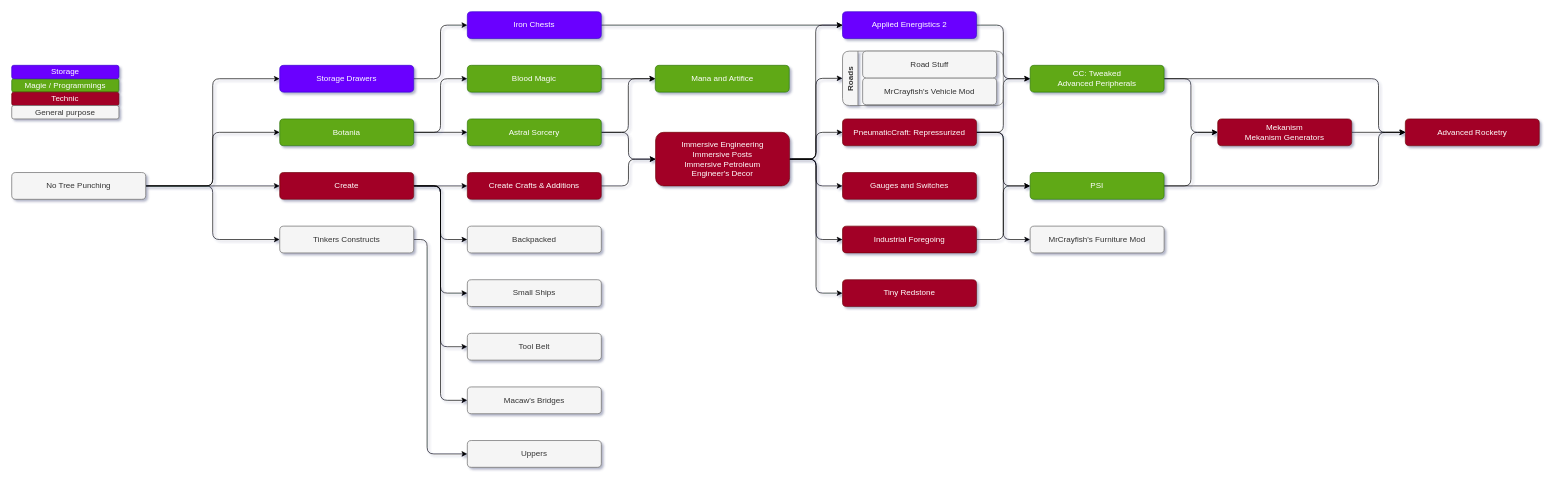
Earlier version of the draw.io diagram Progressionline.drawio (Argon42043/Fabricage). Source tidied: cells renumbered, new cells numbered last; positions are measured from the earlier drawing's top-left corner, leaving out a move shared by most shapes. Both pictures are drawn from the tidied source at 67%, with x=0, y=0 at pixel (11, 11).
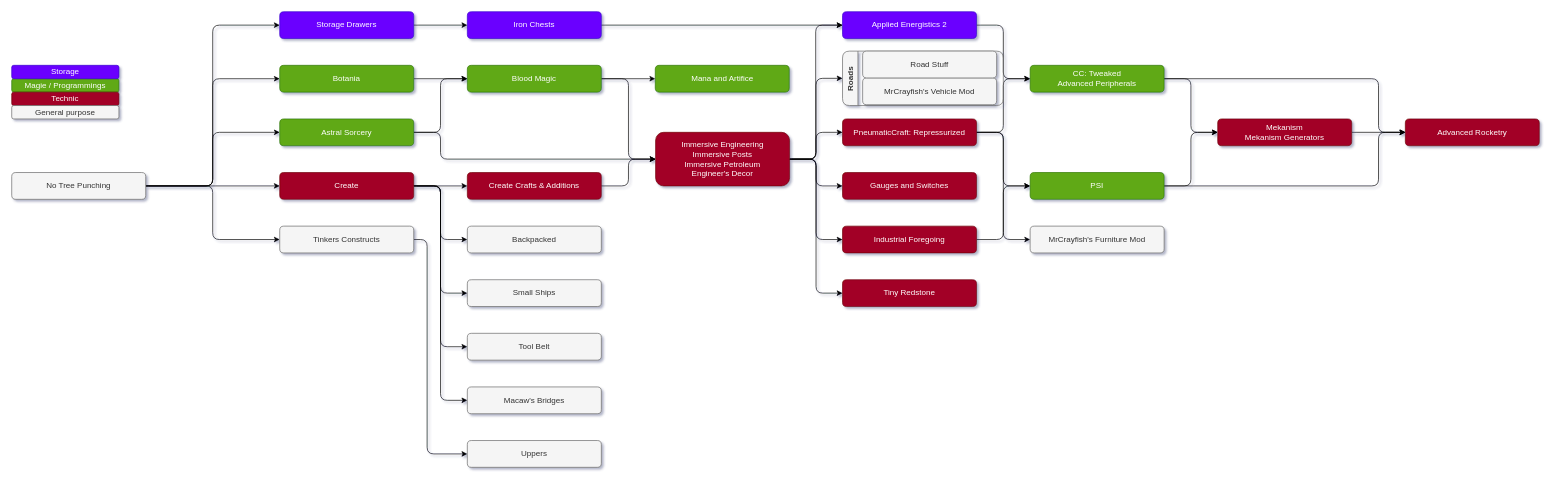
The same page after the edit.

The change refers to these unchanged cells:
```xml
<mxCell id="12" value="Blood Magic" style="whiteSpace=wrap;html=1;fontFamily=Helvetica;fillColor=#60a917;strokeColor=#2D7600;fontColor=#ffffff;rounded=1;" parent="1" vertex="1">
  <mxGeometry x="680" y="80" width="200" height="40" as="geometry" />
</mxCell>
<mxCell id="30" value="Immersive Engineering&lt;br&gt;Immersive Posts&lt;br&gt;Immersive Petroleum&lt;br&gt;Engineer's Decor" style="whiteSpace=wrap;html=1;fontFamily=Helvetica;fillColor=#a20025;strokeColor=#6F0000;fontColor=#ffffff;rounded=1;" parent="1" vertex="1">
  <mxGeometry x="961" y="180" width="200" height="80" as="geometry" />
</mxCell>
<mxCell id="36" value="Mana and Artifice" style="whiteSpace=wrap;html=1;fontFamily=Helvetica;fillColor=#60a917;strokeColor=#2D7600;fontColor=#ffffff;rounded=1;" parent="1" vertex="1">
  <mxGeometry x="960.5" y="80" width="200" height="40" as="geometry" />
</mxCell>
<mxCell id="44" value="No Tree Punching" style="whiteSpace=wrap;html=1;fontFamily=Helvetica;fillColor=#f5f5f5;strokeColor=#666666;fontColor=#333333;rounded=1;" parent="1" vertex="1">
  <mxGeometry y="240" width="200" height="40" as="geometry" />
</mxCell>
```

The edit, as a diff of the source:
```diff
@@
     <mxCell id="8" style="edgeStyle=orthogonalEdgeStyle;jettySize=auto;html=1;exitX=1;exitY=0.5;exitDx=0;exitDy=0;entryX=0;entryY=0.5;entryDx=0;entryDy=0;fontFamily=Helvetica;" parent="1" edge="1" source="10" target="30">
-      <mxGeometry relative="1" as="geometry" />
+      <mxGeometry relative="1" as="geometry">
+        <Array as="points">
+          <mxPoint x="640" y="180" />
+          <mxPoint x="640" y="220" />
+        </Array>
+      </mxGeometry>
     </mxCell>
-    <mxCell id="9" style="edgeStyle=orthogonalEdgeStyle;jettySize=auto;html=1;exitX=1;exitY=0.5;exitDx=0;exitDy=0;entryX=0;entryY=0.5;entryDx=0;entryDy=0;fontFamily=Helvetica;" parent="1" edge="1" source="10" target="36">
-      <mxGeometry relative="1" as="geometry" />
-    </mxCell>
+    <mxCell id="69" style="edgeStyle=orthogonalEdgeStyle;jettySize=auto;html=1;exitX=1;exitY=0.5;exitDx=0;exitDy=0;entryX=0;entryY=0.5;entryDx=0;entryDy=0;" parent="1" edge="1" source="10" target="12">
+      <mxGeometry relative="1" as="geometry" />
+    </mxCell>
     <mxCell id="10" value="Astral Sorcery" style="whiteSpace=wrap;html=1;fontFamily=Helvetica;fillColor=#60a917;strokeColor=#2D7600;fontColor=#ffffff;rounded=1;" parent="1" vertex="1">
-      <mxGeometry x="680" y="160" width="200" height="40" as="geometry" />
+      <mxGeometry x="400" y="160" width="200" height="40" as="geometry" />
     </mxCell>
@@
+    <mxCell id="70" style="edgeStyle=orthogonalEdgeStyle;jettySize=auto;html=1;exitX=1;exitY=0.5;exitDx=0;exitDy=0;entryX=0;entryY=0.5;entryDx=0;entryDy=0;" parent="1" edge="1" source="12" target="30">
+      <mxGeometry relative="1" as="geometry" />
+    </mxCell>
@@
-    <mxCell id="13" style="edgeStyle=orthogonalEdgeStyle;jettySize=auto;html=1;exitX=1;exitY=0.5;exitDx=0;exitDy=0;entryX=0;entryY=0.5;entryDx=0;entryDy=0;fontFamily=Helvetica;" parent="1" edge="1" source="15" target="10">
-      <mxGeometry relative="1" as="geometry" />
-    </mxCell>
@@
     <mxCell id="15" value="Botania" style="whiteSpace=wrap;html=1;fontFamily=Helvetica;fillColor=#60a917;strokeColor=#2D7600;fontColor=#ffffff;rounded=1;" parent="1" vertex="1">
-      <mxGeometry x="400" y="160" width="200" height="40" as="geometry" />
+      <mxGeometry x="400" y="80" width="200" height="40" as="geometry" />
     </mxCell>
@@
+    <mxCell id="71" style="edgeStyle=orthogonalEdgeStyle;jettySize=auto;html=1;exitX=1;exitY=0.5;exitDx=0;exitDy=0;entryX=0;entryY=0.5;entryDx=0;entryDy=0;" parent="1" edge="1" source="44" target="10">
+      <mxGeometry relative="1" as="geometry" />
+    </mxCell>
@@
     <mxCell id="53" value="Storage Drawers" style="whiteSpace=wrap;html=1;fontFamily=Helvetica;fillColor=#6a00ff;strokeColor=#3700CC;fontColor=#ffffff;rounded=1;" parent="1" vertex="1">
-      <mxGeometry x="400" y="80" width="200" height="40" as="geometry" />
+      <mxGeometry x="400" width="200" height="40" as="geometry" />
     </mxCell>
```
